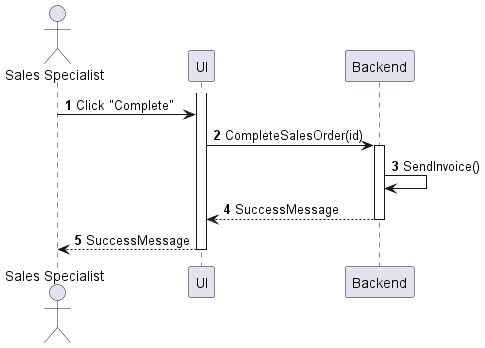
The PlantUML diagram sequences/sales-order-complete.png in phihungha/scmss-reqs, before a commit.
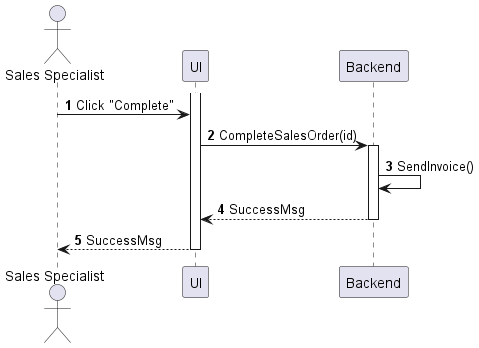
After the commit.

The edit, as a diff of the source:
```diff
@@ -10,7 +10,7 @@
 f -> b : CompleteSalesOrder(id)
 activate b
 b -> b : SendInvoice()
-return SuccessMessage
-f --> a : SuccessMessage
+return SuccessMsg
+f --> a : SuccessMsg
 deactivate f
 @enduml
```
